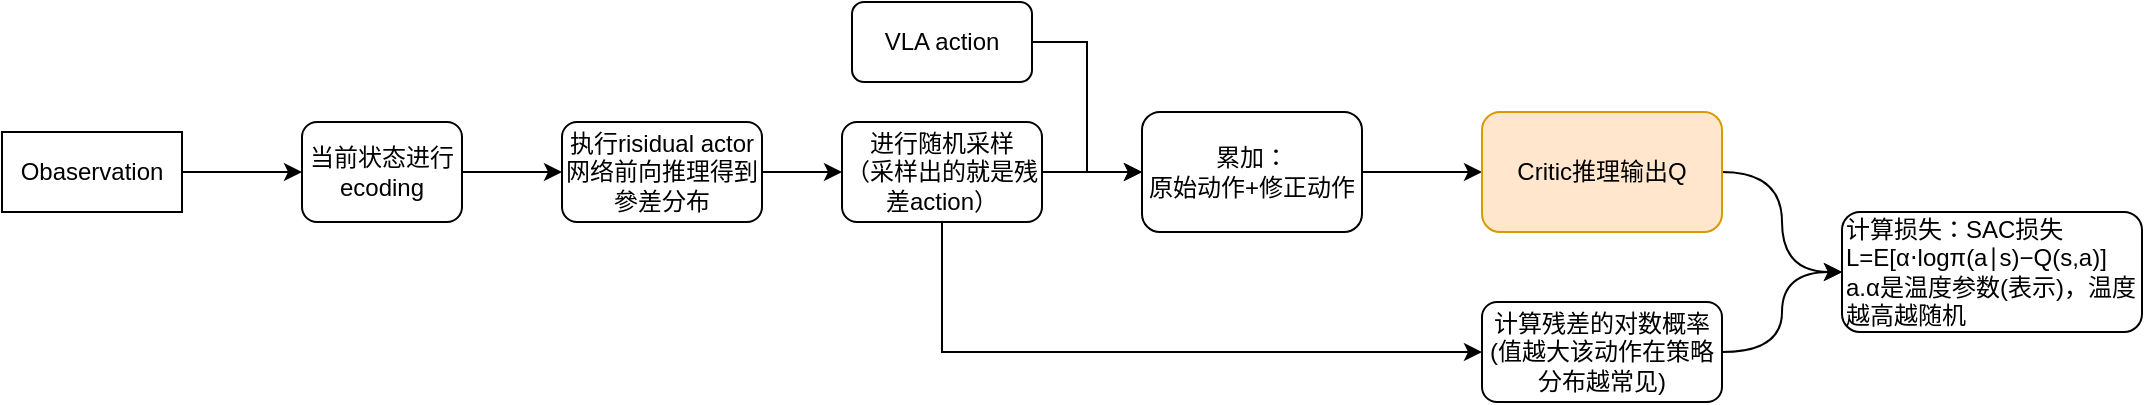
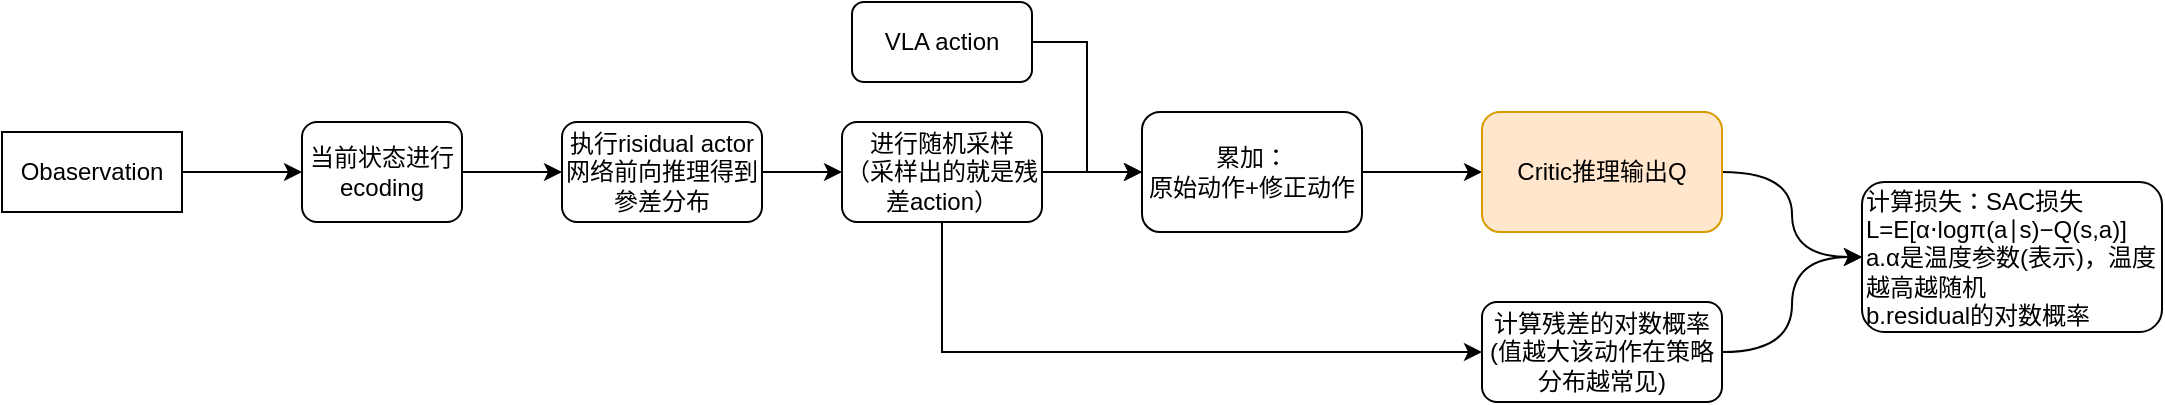
<mxfile host="app.diagrams.net">
  <diagram name="第 1 页" id="Xl2nalXjscSPXPMrPieM">
    <mxGraphModel dx="1223" dy="1125" grid="1" gridSize="10" guides="1" tooltips="1" connect="1" arrows="1" fold="1" page="1" pageScale="1" pageWidth="827" pageHeight="1169" math="0" shadow="0">
      <root>
        <mxCell id="0" />
        <mxCell id="1" parent="0" />
        <mxCell id="5m5IZYSdE89hOnIhnB_D-3" edge="1" parent="1" source="5m5IZYSdE89hOnIhnB_D-1" style="edgeStyle=orthogonalEdgeStyle;rounded=0;orthogonalLoop=1;jettySize=auto;html=1;" target="5m5IZYSdE89hOnIhnB_D-2" value="">
          <mxGeometry relative="1" as="geometry" />
        </mxCell>
        <mxCell id="5m5IZYSdE89hOnIhnB_D-1" parent="1" style="rounded=1;whiteSpace=wrap;html=1;" value="当前状态进行ecoding" vertex="1">
          <mxGeometry height="50" width="80" x="110" y="300" as="geometry" />
        </mxCell>
        <mxCell id="5m5IZYSdE89hOnIhnB_D-5" edge="1" parent="1" source="5m5IZYSdE89hOnIhnB_D-2" style="edgeStyle=orthogonalEdgeStyle;rounded=0;orthogonalLoop=1;jettySize=auto;html=1;" target="5m5IZYSdE89hOnIhnB_D-4" value="">
          <mxGeometry relative="1" as="geometry" />
        </mxCell>
        <mxCell id="5m5IZYSdE89hOnIhnB_D-2" parent="1" style="rounded=1;whiteSpace=wrap;html=1;" value="执行risidual actor网络前向推理得到參差分布" vertex="1">
          <mxGeometry height="50" width="100" x="240" y="300" as="geometry" />
        </mxCell>
        <mxCell id="5m5IZYSdE89hOnIhnB_D-7" edge="1" parent="1" source="5m5IZYSdE89hOnIhnB_D-4" style="edgeStyle=orthogonalEdgeStyle;rounded=0;orthogonalLoop=1;jettySize=auto;html=1;exitX=0.5;exitY=1;exitDx=0;exitDy=0;entryX=0;entryY=0.5;entryDx=0;entryDy=0;" target="5m5IZYSdE89hOnIhnB_D-6" value="">
          <mxGeometry relative="1" as="geometry" />
        </mxCell>
        <mxCell id="5m5IZYSdE89hOnIhnB_D-14" edge="1" parent="1" source="5m5IZYSdE89hOnIhnB_D-4" style="edgeStyle=orthogonalEdgeStyle;rounded=0;orthogonalLoop=1;jettySize=auto;html=1;exitX=1;exitY=0.5;exitDx=0;exitDy=0;entryX=0;entryY=0.5;entryDx=0;entryDy=0;" target="5m5IZYSdE89hOnIhnB_D-12">
          <mxGeometry relative="1" as="geometry" />
        </mxCell>
        <mxCell id="5m5IZYSdE89hOnIhnB_D-4" parent="1" style="rounded=1;whiteSpace=wrap;html=1;" value="进行随机采样&lt;br&gt;（采样出的就是残差action）" vertex="1">
          <mxGeometry height="50" width="100" x="380" y="300" as="geometry" />
        </mxCell>
        <mxCell id="5m5IZYSdE89hOnIhnB_D-19" edge="1" parent="1" source="5m5IZYSdE89hOnIhnB_D-6" style="edgeStyle=orthogonalEdgeStyle;rounded=0;orthogonalLoop=1;jettySize=auto;html=1;exitX=1;exitY=0.5;exitDx=0;exitDy=0;entryX=0;entryY=0.5;entryDx=0;entryDy=0;curved=1;" target="5m5IZYSdE89hOnIhnB_D-17">
          <mxGeometry relative="1" as="geometry" />
        </mxCell>
        <mxCell id="5m5IZYSdE89hOnIhnB_D-6" parent="1" style="rounded=1;whiteSpace=wrap;html=1;" value="计算残差的对数概率&lt;br&gt;(值越大该动作在策略分布越常见)" vertex="1">
          <mxGeometry height="50" width="120" x="700" y="390" as="geometry" />
        </mxCell>
        <mxCell id="5m5IZYSdE89hOnIhnB_D-9" edge="1" parent="1" source="5m5IZYSdE89hOnIhnB_D-8" style="edgeStyle=orthogonalEdgeStyle;rounded=0;orthogonalLoop=1;jettySize=auto;html=1;exitX=1;exitY=0.5;exitDx=0;exitDy=0;entryX=0;entryY=0.5;entryDx=0;entryDy=0;" target="5m5IZYSdE89hOnIhnB_D-1">
          <mxGeometry relative="1" as="geometry" />
        </mxCell>
        <mxCell id="5m5IZYSdE89hOnIhnB_D-8" parent="1" style="rounded=0;whiteSpace=wrap;html=1;" value="Obaservation" vertex="1">
          <mxGeometry height="40" width="90" x="-40" y="305" as="geometry" />
        </mxCell>
        <mxCell id="5m5IZYSdE89hOnIhnB_D-13" edge="1" parent="1" source="5m5IZYSdE89hOnIhnB_D-10" style="edgeStyle=orthogonalEdgeStyle;rounded=0;orthogonalLoop=1;jettySize=auto;html=1;exitX=1;exitY=0.5;exitDx=0;exitDy=0;entryX=0;entryY=0.5;entryDx=0;entryDy=0;" target="5m5IZYSdE89hOnIhnB_D-12">
          <mxGeometry relative="1" as="geometry" />
        </mxCell>
        <mxCell id="5m5IZYSdE89hOnIhnB_D-10" parent="1" style="rounded=1;whiteSpace=wrap;html=1;" value="VLA action" vertex="1">
          <mxGeometry height="40" width="90" x="385" y="240" as="geometry" />
        </mxCell>
        <mxCell id="5m5IZYSdE89hOnIhnB_D-16" edge="1" parent="1" source="5m5IZYSdE89hOnIhnB_D-12" style="edgeStyle=orthogonalEdgeStyle;rounded=0;orthogonalLoop=1;jettySize=auto;html=1;exitX=1;exitY=0.5;exitDx=0;exitDy=0;entryX=0;entryY=0.5;entryDx=0;entryDy=0;" target="5m5IZYSdE89hOnIhnB_D-15">
          <mxGeometry relative="1" as="geometry" />
        </mxCell>
        <mxCell id="5m5IZYSdE89hOnIhnB_D-12" parent="1" style="rounded=1;whiteSpace=wrap;html=1;" value="累加：&lt;br&gt;原始动作+修正动作" vertex="1">
          <mxGeometry height="60" width="110" x="530" y="295" as="geometry" />
        </mxCell>
        <mxCell id="5m5IZYSdE89hOnIhnB_D-18" edge="1" parent="1" source="5m5IZYSdE89hOnIhnB_D-15" style="edgeStyle=orthogonalEdgeStyle;rounded=0;orthogonalLoop=1;jettySize=auto;html=1;exitX=1;exitY=0.5;exitDx=0;exitDy=0;entryX=0;entryY=0.5;entryDx=0;entryDy=0;curved=1;" target="5m5IZYSdE89hOnIhnB_D-17">
          <mxGeometry relative="1" as="geometry" />
        </mxCell>
        <mxCell id="5m5IZYSdE89hOnIhnB_D-15" parent="1" style="rounded=1;whiteSpace=wrap;html=1;fillColor=#ffe6cc;strokeColor=#d79b00;" value="Critic推理输出Q" vertex="1">
          <mxGeometry height="60" width="120" x="700" y="295" as="geometry" />
        </mxCell>
-         <mxCell id="5m5IZYSdE89hOnIhnB_D-17" parent="1" style="rounded=1;whiteSpace=wrap;html=1;align=left;" value="计算损失：SAC损失&lt;br&gt;L=E[α⋅logπ(a∣s)−Q(s,a)]&lt;div&gt;a.α是温度参数(表示)，温度越高越随机&lt;/div&gt;" vertex="1">
-           <mxGeometry height="60" width="150" x="880" y="345" as="geometry" />
+         <mxCell id="5m5IZYSdE89hOnIhnB_D-17" parent="1" style="rounded=1;whiteSpace=wrap;html=1;align=left;" value="计算损失：SAC损失&lt;br&gt;L=E[α⋅logπ(a∣s)−Q(s,a)]&lt;div&gt;a.α是温度参数(表示)，温度越高越随机&lt;br&gt;b.residual的对数概率&lt;/div&gt;" vertex="1">
+           <mxGeometry height="75" width="150" x="890" y="330" as="geometry" />
        </mxCell>
      </root>
    </mxGraphModel>
  </diagram>
</mxfile>
